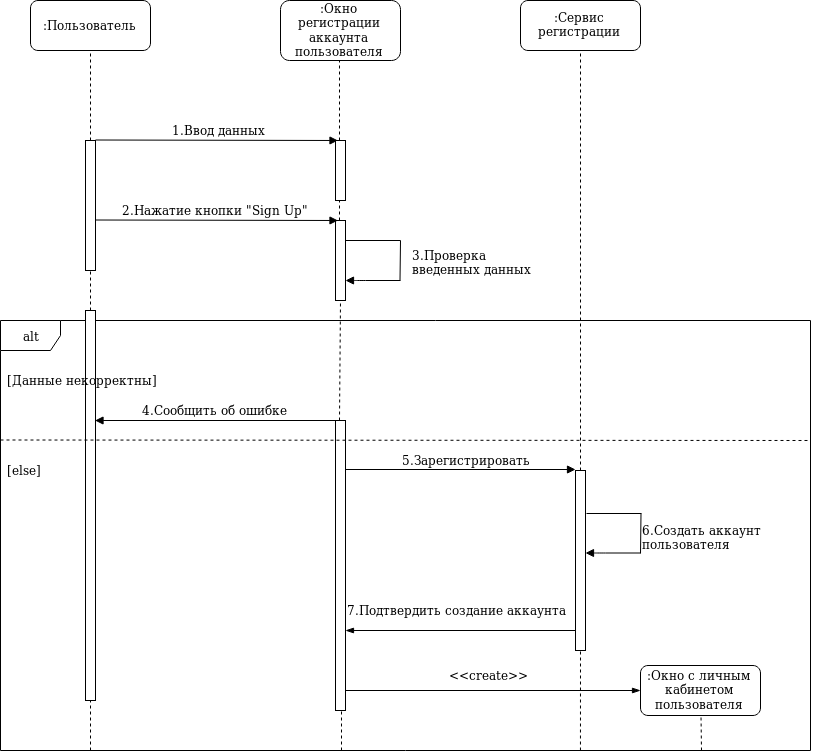
This is Diagrams/Sequence/SignUp.png from Andrew304/Visual-CI-Manager, a draw.io export, as it was before one commit. Source tidied: cells renumbered, new cells last; positions are measured from the earlier drawing's top-left corner, leaving out a move shared by most shapes.
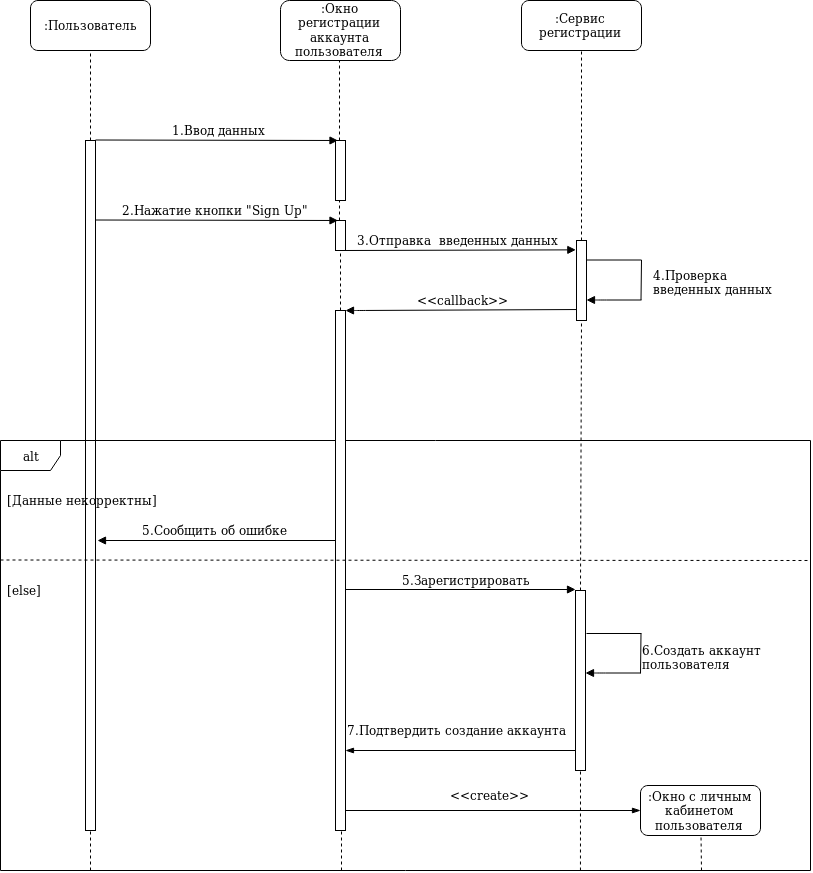
The same file after the commit.

Change to the diagram source:
```diff
@@ -6,7 +6,7 @@
       <mxGeometry x="30" width="120" height="50" as="geometry" />
     </mxCell>
     <mxCell id="3" style="rounded=0;whiteSpace=wrap;html=1;" parent="1" vertex="1">
-      <mxGeometry x="85" y="140" width="10" height="130" as="geometry" />
+      <mxGeometry x="85" y="140" width="10" height="690" as="geometry" />
     </mxCell>
     <mxCell id="4" style="endArrow=none;dashed=1;html=1;entryX=0.5;entryY=1;entryDx=0;entryDy=0;exitX=0.5;exitY=0;exitDx=0;exitDy=0;" parent="1" edge="1" source="3" target="2">
       <mxGeometry relative="1" as="geometry" />
@@ -20,7 +20,7 @@
       <mxGeometry x="280" width="120" height="60" as="geometry" />
     </mxCell>
     <mxCell id="7" value=":Сервис регистрации" style="rounded=1;whiteSpace=wrap;html=1;" parent="1" vertex="1">
-      <mxGeometry x="520" width="120" height="50" as="geometry" />
+      <mxGeometry x="521" width="120" height="50" as="geometry" />
     </mxCell>
     <mxCell id="8" style="rounded=0;whiteSpace=wrap;html=1;" parent="1" vertex="1">
       <mxGeometry x="335" y="140" width="10" height="60" as="geometry" />
@@ -35,7 +35,7 @@
       </mxGeometry>
     </mxCell>
     <mxCell id="11" style="rounded=0;whiteSpace=wrap;html=1;" parent="1" vertex="1">
-      <mxGeometry x="335" y="220" width="10" height="80" as="geometry" />
+      <mxGeometry x="335" y="220" width="10" height="30" as="geometry" />
     </mxCell>
     <mxCell id="12" style="endArrow=block;html=1;endFill=1;entryX=0.25;entryY=0;entryDx=0;entryDy=0;" parent="1" edge="1">
       <mxGeometry relative="1" as="geometry">
@@ -54,151 +54,166 @@
     </mxCell>
     <mxCell id="15" style="endArrow=block;html=1;endFill=1;" parent="1" edge="1">
       <mxGeometry relative="1" as="geometry">
-        <mxPoint x="400" y="280" as="sourcePoint" />
-        <mxPoint x="345" y="280" as="targetPoint" />
+        <mxPoint x="641" y="299.5" as="sourcePoint" />
+        <mxPoint x="586" y="299.5" as="targetPoint" />
         <Array as="points">
-          <mxPoint x="355" y="280" />
+          <mxPoint x="596" y="299.5" />
         </Array>
       </mxGeometry>
     </mxCell>
     <mxCell id="16" style="endArrow=none;html=1;" parent="1" edge="1">
       <mxGeometry relative="1" as="geometry">
-        <mxPoint x="399.5" y="280" as="sourcePoint" />
-        <mxPoint x="400" y="240" as="targetPoint" />
+        <mxPoint x="640.5" y="299.5" as="sourcePoint" />
+        <mxPoint x="641" y="259.5" as="targetPoint" />
       </mxGeometry>
     </mxCell>
-    <mxCell id="17" style="endArrow=none;html=1;exitX=1;exitY=0.25;exitDx=0;exitDy=0;" parent="1" edge="1" source="11">
+    <mxCell id="17" style="endArrow=none;html=1;exitX=1;exitY=0.25;exitDx=0;exitDy=0;" parent="1" edge="1">
       <mxGeometry relative="1" as="geometry">
-        <mxPoint x="400" y="240" as="targetPoint" />
+        <mxPoint x="586" y="259.5" as="sourcePoint" />
+        <mxPoint x="641" y="259.5" as="targetPoint" />
       </mxGeometry>
     </mxCell>
-    <mxCell id="18" value="&lt;div&gt;3.Проверка&lt;/div&gt;&lt;div&gt; введенных данных&lt;/div&gt;" style="text;html=1;align=left;verticalAlign=top;spacingTop=-4;" parent="1" vertex="1">
-      <mxGeometry x="410" y="245" width="130" height="30" as="geometry" />
+    <mxCell id="18" value="&lt;div&gt;4.Проверка&lt;/div&gt;&lt;div&gt; введенных данных&lt;/div&gt;" style="text;html=1;align=left;verticalAlign=top;spacingTop=-4;" parent="1" vertex="1">
+      <mxGeometry x="651" y="264.5" width="130" height="30" as="geometry" />
     </mxCell>
     <mxCell id="19" value="alt" style="shape=umlFrame;whiteSpace=wrap;html=1;" parent="1" vertex="1">
-      <mxGeometry y="320" width="810" height="430" as="geometry" />
+      <mxGeometry y="440" width="810" height="430" as="geometry" />
     </mxCell>
     <mxCell id="20" style="rounded=0;whiteSpace=wrap;html=1;" parent="1" vertex="1">
-      <mxGeometry x="85" y="310" width="10" height="390" as="geometry" />
+      <mxGeometry x="335" y="310" width="10" height="520" as="geometry" />
     </mxCell>
-    <mxCell id="21" style="rounded=0;whiteSpace=wrap;html=1;" parent="1" vertex="1">
-      <mxGeometry x="335" y="420" width="10" height="290" as="geometry" />
+    <mxCell id="21" value="[Данные некорректны]" style="text;html=1;align=left;verticalAlign=top;spacingTop=-4;" parent="1" vertex="1">
+      <mxGeometry x="5" y="490" width="170" height="20" as="geometry" />
     </mxCell>
-    <mxCell id="22" value="[Данные некорректны]" style="text;html=1;align=left;verticalAlign=top;spacingTop=-4;" parent="1" vertex="1">
-      <mxGeometry x="5" y="370" width="170" height="20" as="geometry" />
+    <mxCell id="22" style="endArrow=block;html=1;endFill=1;exitX=0.5;exitY=0;exitDx=0;exitDy=0;" parent="1" edge="1">
+      <mxGeometry relative="1" as="geometry">
+        <mxPoint x="335" y="540" as="sourcePoint" />
+        <mxPoint x="97" y="540" as="targetPoint" />
+      </mxGeometry>
     </mxCell>
-    <mxCell id="23" style="endArrow=block;html=1;endFill=1;entryX=0.75;entryY=0;entryDx=0;entryDy=0;exitX=0.5;exitY=0;exitDx=0;exitDy=0;" parent="1" edge="1">
-      <mxGeometry relative="1" as="geometry">
-        <mxPoint x="342" y="420" as="sourcePoint" />
-        <mxPoint x="94.5" y="420" as="targetPoint" />
-      </mxGeometry>
+    <mxCell id="23" value="5.Сообщить об ошибке" style="text;html=1;align=left;verticalAlign=top;spacingTop=-4;" parent="1" vertex="1">
+      <mxGeometry x="140" y="520" width="160" height="20" as="geometry" />
     </mxCell>
-    <mxCell id="24" value="4.Сообщить об ошибке" style="text;html=1;align=left;verticalAlign=top;spacingTop=-4;" parent="1" vertex="1">
-      <mxGeometry x="140" y="400" width="160" height="20" as="geometry" />
+    <mxCell id="24" value="[else]" style="text;html=1;align=left;verticalAlign=top;spacingTop=-4;" parent="1" vertex="1">
+      <mxGeometry x="5" y="580" width="50" height="20" as="geometry" />
     </mxCell>
-    <mxCell id="25" value="[else]" style="text;html=1;align=left;verticalAlign=top;spacingTop=-4;" parent="1" vertex="1">
-      <mxGeometry x="5" y="460" width="50" height="20" as="geometry" />
+    <mxCell id="25" style="endArrow=none;dashed=1;html=1;" parent="1" edge="1">
+      <mxGeometry relative="1" as="geometry">
+        <mxPoint y="559.5" as="sourcePoint" />
+        <mxPoint x="810" y="560" as="targetPoint" />
+      </mxGeometry>
     </mxCell>
-    <mxCell id="26" style="endArrow=none;dashed=1;html=1;" parent="1" edge="1">
+    <mxCell id="26" style="endArrow=none;dashed=1;html=1;entryX=0.5;entryY=1;entryDx=0;entryDy=0;" parent="1" edge="1" target="11">
       <mxGeometry relative="1" as="geometry">
-        <mxPoint y="439.5" as="sourcePoint" />
-        <mxPoint x="810" y="440" as="targetPoint" />
+        <mxPoint x="340" y="310" as="sourcePoint" />
       </mxGeometry>
     </mxCell>
-    <mxCell id="27" style="endArrow=none;dashed=1;html=1;" parent="1" edge="1">
-      <mxGeometry relative="1" as="geometry">
-        <mxPoint x="339" y="420" as="sourcePoint" />
-        <mxPoint x="340" y="300" as="targetPoint" />
-      </mxGeometry>
+    <mxCell id="27" style="rounded=0;whiteSpace=wrap;html=1;" parent="1" vertex="1">
+      <mxGeometry x="575" y="590" width="10" height="180" as="geometry" />
     </mxCell>
-    <mxCell id="28" style="endArrow=none;dashed=1;html=1;exitX=0.5;exitY=0;exitDx=0;exitDy=0;" parent="1" edge="1" source="20">
+    <mxCell id="28" style="endArrow=block;html=1;endFill=1;" parent="1" edge="1">
       <mxGeometry relative="1" as="geometry">
-        <mxPoint x="90" y="270" as="targetPoint" />
+        <mxPoint x="345" y="589" as="sourcePoint" />
+        <mxPoint x="575" y="589" as="targetPoint" />
       </mxGeometry>
     </mxCell>
-    <mxCell id="29" style="rounded=0;whiteSpace=wrap;html=1;" parent="1" vertex="1">
-      <mxGeometry x="575" y="470" width="10" height="180" as="geometry" />
+    <mxCell id="29" value="5.Зарегистрировать" style="text;html=1;points=[];align=left;verticalAlign=top;spacingTop=-4;" parent="1" vertex="1">
+      <mxGeometry x="400" y="570" width="140" height="20" as="geometry" />
     </mxCell>
     <mxCell id="30" style="endArrow=block;html=1;endFill=1;" parent="1" edge="1">
       <mxGeometry relative="1" as="geometry">
-        <mxPoint x="345" y="469" as="sourcePoint" />
-        <mxPoint x="575" y="469" as="targetPoint" />
+        <mxPoint x="640" y="672.5" as="sourcePoint" />
+        <mxPoint x="585" y="672.5" as="targetPoint" />
+        <Array as="points">
+          <mxPoint x="595" y="672.5" />
+        </Array>
       </mxGeometry>
     </mxCell>
-    <mxCell id="31" value="5.Зарегистрировать" style="text;html=1;align=left;verticalAlign=top;spacingTop=-4;" parent="1" vertex="1">
-      <mxGeometry x="400" y="450" width="140" height="20" as="geometry" />
+    <mxCell id="31" style="endArrow=none;html=1;" parent="1" edge="1">
+      <mxGeometry relative="1" as="geometry">
+        <mxPoint x="640" y="673" as="sourcePoint" />
+        <mxPoint x="640.5" y="633" as="targetPoint" />
+      </mxGeometry>
     </mxCell>
-    <mxCell id="32" style="endArrow=block;html=1;endFill=1;" parent="1" edge="1">
+    <mxCell id="32" style="endArrow=none;html=1;exitX=1;exitY=0.25;exitDx=0;exitDy=0;" parent="1" edge="1">
       <mxGeometry relative="1" as="geometry">
-        <mxPoint x="640" y="552.5" as="sourcePoint" />
-        <mxPoint x="585" y="552.5" as="targetPoint" />
-        <Array as="points">
-          <mxPoint x="595" y="552.5" />
-        </Array>
+        <mxPoint x="586" y="633" as="sourcePoint" />
+        <mxPoint x="641" y="633" as="targetPoint" />
       </mxGeometry>
     </mxCell>
-    <mxCell id="33" style="endArrow=none;html=1;" parent="1" edge="1">
-      <mxGeometry relative="1" as="geometry">
-        <mxPoint x="640" y="553" as="sourcePoint" />
-        <mxPoint x="640.5" y="513" as="targetPoint" />
-      </mxGeometry>
+    <mxCell id="33" value="&lt;div&gt;6.Создать аккаунт&lt;/div&gt;&lt;div&gt; пользователя&lt;/div&gt;" style="text;html=1;align=left;verticalAlign=top;spacingTop=-4;" parent="1" vertex="1">
+      <mxGeometry x="640" y="640" width="130" height="30" as="geometry" />
     </mxCell>
-    <mxCell id="34" style="endArrow=none;html=1;exitX=1;exitY=0.25;exitDx=0;exitDy=0;" parent="1" edge="1">
+    <mxCell id="34" style="endArrow=blockThin;html=1;endFill=1;exitX=0.5;exitY=0;exitDx=0;exitDy=0;endSize=6;" parent="1" edge="1">
       <mxGeometry relative="1" as="geometry">
-        <mxPoint x="586" y="513" as="sourcePoint" />
-        <mxPoint x="641" y="513" as="targetPoint" />
+        <mxPoint x="575" y="750" as="sourcePoint" />
+        <mxPoint x="345" y="750" as="targetPoint" />
       </mxGeometry>
     </mxCell>
-    <mxCell id="35" value="&lt;div&gt;6.Создать аккаунт&lt;/div&gt;&lt;div&gt; пользователя&lt;/div&gt;" style="text;html=1;align=left;verticalAlign=top;spacingTop=-4;" parent="1" vertex="1">
-      <mxGeometry x="640" y="520" width="130" height="30" as="geometry" />
+    <mxCell id="35" value="7.Подтвердить создание аккаунта" style="text;html=1;align=left;verticalAlign=top;spacingTop=-4;" parent="1" vertex="1">
+      <mxGeometry x="345" y="720" width="230" height="20" as="geometry" />
     </mxCell>
-    <mxCell id="36" style="endArrow=blockThin;html=1;endFill=1;exitX=0.5;exitY=0;exitDx=0;exitDy=0;endSize=6;" parent="1" edge="1">
-      <mxGeometry relative="1" as="geometry">
-        <mxPoint x="575" y="630" as="sourcePoint" />
-        <mxPoint x="345" y="630" as="targetPoint" />
-      </mxGeometry>
+    <mxCell id="36" value=":Окно с личным кабинетом пользователя" style="rounded=1;whiteSpace=wrap;html=1;" parent="1" vertex="1">
+      <mxGeometry x="640" y="785" width="120" height="50" as="geometry" />
     </mxCell>
-    <mxCell id="37" value="7.Подтвердить создание аккаунта" style="text;html=1;align=left;verticalAlign=top;spacingTop=-4;" parent="1" vertex="1">
-      <mxGeometry x="345" y="600" width="230" height="20" as="geometry" />
+    <mxCell id="37" style="endArrow=blockThin;html=1;endFill=1;entryX=0;entryY=0.5;entryDx=0;entryDy=0;strokeWidth=1;endSize=6;" parent="1" edge="1" target="36">
+      <mxGeometry relative="1" as="geometry">
+        <mxPoint x="345" y="810" as="sourcePoint" />
+      </mxGeometry>
     </mxCell>
-    <mxCell id="38" value=":Окно с личным кабинетом пользователя" style="rounded=1;whiteSpace=wrap;html=1;" parent="1" vertex="1">
-      <mxGeometry x="640" y="665" width="120" height="50" as="geometry" />
+    <mxCell id="38" style="endArrow=none;dashed=1;html=1;exitX=0.5;exitY=0;exitDx=0;exitDy=0;" parent="1" edge="1" source="44">
+      <mxGeometry relative="1" as="geometry">
+        <mxPoint x="581" y="50" as="targetPoint" />
+      </mxGeometry>
     </mxCell>
-    <mxCell id="39" style="endArrow=blockThin;html=1;endFill=1;entryX=0;entryY=0.5;entryDx=0;entryDy=0;strokeWidth=1;endSize=6;" parent="1" edge="1" target="38">
+    <mxCell id="39" style="endArrow=none;dashed=1;html=1;" parent="1" edge="1">
       <mxGeometry relative="1" as="geometry">
-        <mxPoint x="345" y="690" as="sourcePoint" />
+        <mxPoint x="701" y="870" as="sourcePoint" />
+        <mxPoint x="700.5" y="835" as="targetPoint" />
       </mxGeometry>
     </mxCell>
-    <mxCell id="40" style="endArrow=none;dashed=1;html=1;exitX=0.5;exitY=0;exitDx=0;exitDy=0;" parent="1" edge="1" source="29">
+    <mxCell id="40" style="endArrow=none;dashed=1;html=1;" parent="1" edge="1">
       <mxGeometry relative="1" as="geometry">
-        <mxPoint x="580" y="50" as="targetPoint" />
+        <mxPoint x="90" y="870" as="sourcePoint" />
+        <mxPoint x="90" y="830" as="targetPoint" />
       </mxGeometry>
     </mxCell>
     <mxCell id="41" style="endArrow=none;dashed=1;html=1;" parent="1" edge="1">
       <mxGeometry relative="1" as="geometry">
-        <mxPoint x="701" y="750" as="sourcePoint" />
-        <mxPoint x="700.5" y="715" as="targetPoint" />
+        <mxPoint x="341" y="870" as="sourcePoint" />
+        <mxPoint x="341" y="830" as="targetPoint" />
       </mxGeometry>
     </mxCell>
-    <mxCell id="42" style="endArrow=none;dashed=1;html=1;" parent="1" edge="1">
-      <mxGeometry relative="1" as="geometry">
-        <mxPoint x="90" y="750" as="sourcePoint" />
-        <mxPoint x="90" y="700" as="targetPoint" />
-      </mxGeometry>
+    <mxCell id="42" value="&amp;lt;&amp;lt;create&amp;gt;&amp;gt;" style="text;html=1;align=left;verticalAlign=top;spacingTop=-4;" parent="1" vertex="1">
+      <mxGeometry x="447.5" y="785" width="90" height="20" as="geometry" />
     </mxCell>
-    <mxCell id="43" style="endArrow=none;dashed=1;html=1;" parent="1" edge="1">
+    <mxCell id="43" style="endArrow=none;dashed=1;html=1;exitX=0.716;exitY=1;exitDx=0;exitDy=0;exitPerimeter=0;" parent="1" edge="1" source="19">
       <mxGeometry relative="1" as="geometry">
-        <mxPoint x="341" y="750" as="sourcePoint" />
-        <mxPoint x="341" y="710" as="targetPoint" />
+        <mxPoint x="580" y="770" as="targetPoint" />
       </mxGeometry>
     </mxCell>
-    <mxCell id="44" value="&amp;lt;&amp;lt;create&amp;gt;&amp;gt;" style="text;html=1;points=[];align=left;verticalAlign=top;spacingTop=-4;" parent="1" vertex="1">
-      <mxGeometry x="447.5" y="665" width="90" height="20" as="geometry" />
+    <mxCell id="44" style="rounded=0;whiteSpace=wrap;html=1;" parent="1" vertex="1">
+      <mxGeometry x="576" y="240" width="10" height="80" as="geometry" />
     </mxCell>
-    <mxCell id="45" style="endArrow=none;dashed=1;html=1;exitX=0.716;exitY=1;exitDx=0;exitDy=0;exitPerimeter=0;" parent="1" edge="1" source="19">
-      <mxGeometry relative="1" as="geometry">
-        <mxPoint x="580" y="650" as="targetPoint" />
-      </mxGeometry>
+    <mxCell id="45" style="endArrow=none;dashed=1;html=1;exitX=0.5;exitY=0;exitDx=0;exitDy=0;entryX=0.5;entryY=1;entryDx=0;entryDy=0;" parent="1" edge="1" source="27" target="44">
+      <mxGeometry relative="1" as="geometry" />
     </mxCell>
+    <mxCell id="46" style="endArrow=block;html=1;endFill=1;exitX=0.75;exitY=1;exitDx=0;exitDy=0;entryX=-0.067;entryY=0.117;entryDx=0;entryDy=0;entryPerimeter=0;" parent="1" edge="1" source="11" target="44">
+      <mxGeometry relative="1" as="geometry" />
+    </mxCell>
+    <mxCell id="47" style="endArrow=block;html=1;endFill=1;exitX=0.048;exitY=0.863;exitDx=0;exitDy=0;exitPerimeter=0;" parent="1" edge="1" source="44">
+      <mxGeometry relative="1" as="geometry">
+        <mxPoint x="345" y="310" as="targetPoint" />
+        <Array as="points">
+          <mxPoint x="355" y="310" />
+        </Array>
+      </mxGeometry>
+    </mxCell>
+    <mxCell id="48" value="&lt;div&gt;3.Отправка&amp;nbsp; введенных данных&lt;/div&gt;" style="text;html=1;align=left;verticalAlign=top;spacingTop=-4;" parent="1" vertex="1">
+      <mxGeometry x="355" y="230" width="220" height="20" as="geometry" />
+    </mxCell>
+    <mxCell id="49" value="&amp;lt;&amp;lt;callback&amp;gt;&amp;gt;" style="text;html=1;align=left;verticalAlign=top;spacingTop=-4;" parent="1" vertex="1">
+      <mxGeometry x="415" y="290" width="110" height="20" as="geometry" />
+    </mxCell>
   </root>
 </mxGraphModel>
```
